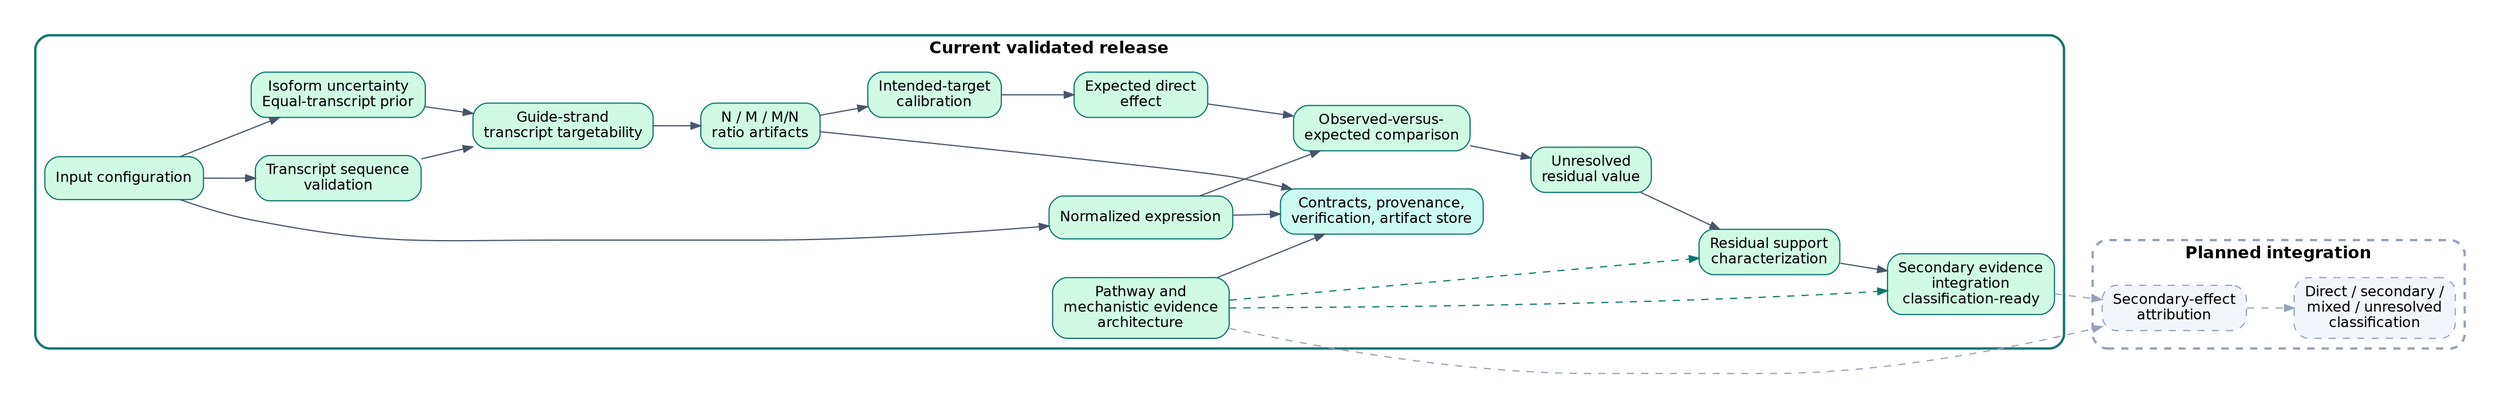
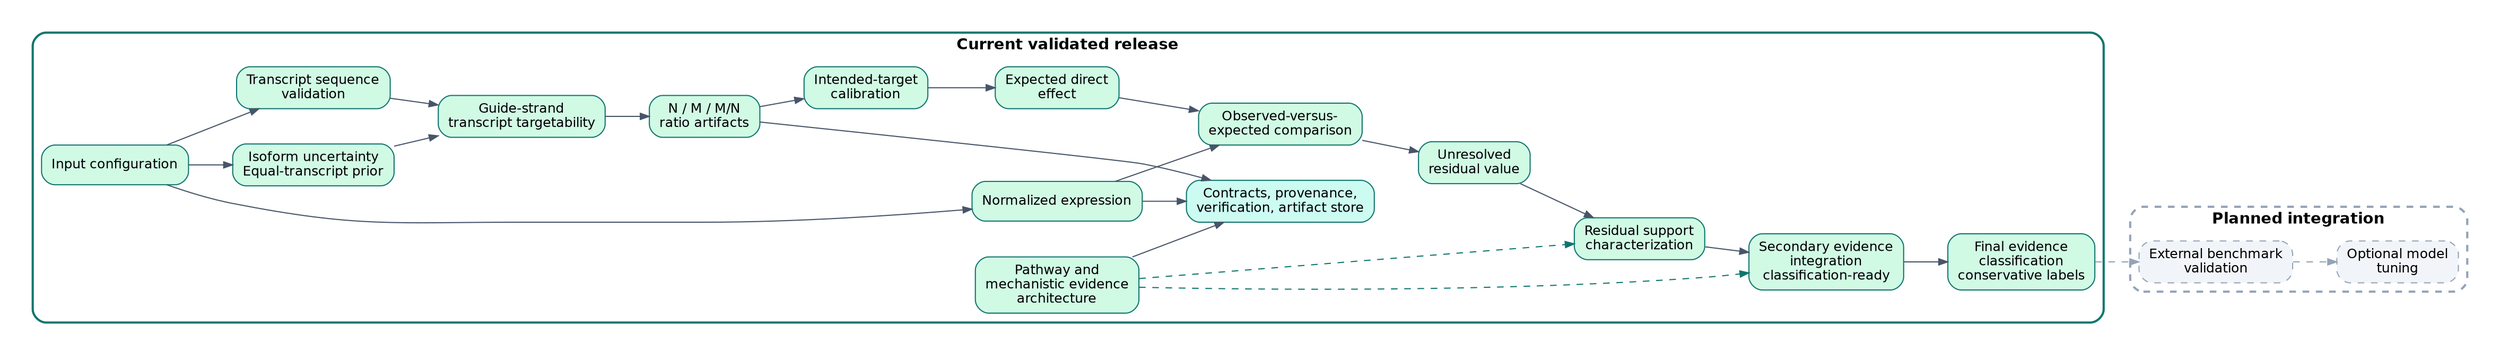
digraph G {
  graph [rankdir=LR, bgcolor="white", pad="0.3", nodesep="0.45", ranksep="0.55"];
  node [shape=box, style="rounded,filled", fontname="Helvetica", fontsize=12, margin="0.12,0.08"];
  edge [fontname="Helvetica", fontsize=10, color="#475569", arrowsize=0.8];

  subgraph cluster_current {
    label="Current validated release";
    color="#0f766e";
    penwidth=2;
    style="rounded";
    fontname="Helvetica-Bold";
    cfg [label="Input configuration", fillcolor="#d1fae5", color="#0f766e"];
    expr [label="Normalized expression", fillcolor="#d1fae5", color="#0f766e"];
    iso [label="Isoform uncertainty\nEqual-transcript prior", fillcolor="#d1fae5", color="#0f766e"];
    seq [label="Transcript sequence\nvalidation", fillcolor="#d1fae5", color="#0f766e"];
    targ [label="Guide-strand\ntranscript targetability", fillcolor="#d1fae5", color="#0f766e"];
    ratio [label="N / M / M/N\nratio artifacts", fillcolor="#d1fae5", color="#0f766e"];
    cal [label="Intended-target\ncalibration", fillcolor="#d1fae5", color="#0f766e"];
    exp [label="Expected direct\neffect", fillcolor="#d1fae5", color="#0f766e"];
    comp [label="Observed-versus-\nexpected comparison", fillcolor="#d1fae5", color="#0f766e"];
    res [label="Unresolved\nresidual value", fillcolor="#d1fae5", color="#0f766e"];
    support [label="Residual support\ncharacterization", fillcolor="#d1fae5", color="#0f766e"];
    secint [label="Secondary evidence\nintegration\nclassification-ready", fillcolor="#d1fae5", color="#0f766e"];
+     cls [label="Final evidence\nclassification\nconservative labels", fillcolor="#d1fae5", color="#0f766e"];
    path [label="Pathway and\nmechanistic evidence\narchitecture", fillcolor="#d1fae5", color="#0f766e"];
    store [label="Contracts, provenance,\nverification, artifact store", fillcolor="#ccfbf1", color="#0f766e"];
  }

  subgraph cluster_planned {
    label="Planned integration";
    color="#94a3b8";
    penwidth=2;
    style="rounded,dashed";
    fontname="Helvetica-Bold";
-     sec [label="Secondary-effect\nattribution", fillcolor="#f1f5f9", color="#94a3b8", style="rounded,filled,dashed"];
-     cls [label="Direct / secondary /\nmixed / unresolved\nclassification", fillcolor="#f1f5f9", color="#94a3b8", style="rounded,filled,dashed"];
+     bench [label="External benchmark\nvalidation", fillcolor="#f1f5f9", color="#94a3b8", style="rounded,filled,dashed"];
+     tuning [label="Optional model\ntuning", fillcolor="#f1f5f9", color="#94a3b8", style="rounded,filled,dashed"];
  }

  cfg -> expr;
  cfg -> iso;
  cfg -> seq;
  expr -> store;
  iso -> targ;
  seq -> targ;
  targ -> ratio;
  ratio -> store;
  path -> store;
  expr -> comp;
  ratio -> cal;
  cal -> exp;
  exp -> comp;
  comp -> res;
  res -> support;
  path -> support [style=dashed, color="#0f766e"];
  support -> secint;
  path -> secint [style=dashed, color="#0f766e"];
-   path -> sec [style=dashed, color="#94a3b8"];
-   secint -> sec [style=dashed, color="#94a3b8"];
-   sec -> cls [style=dashed, color="#94a3b8"];
+   secint -> cls;
+   cls -> bench [style=dashed, color="#94a3b8"];
+   bench -> tuning [style=dashed, color="#94a3b8"];
}
